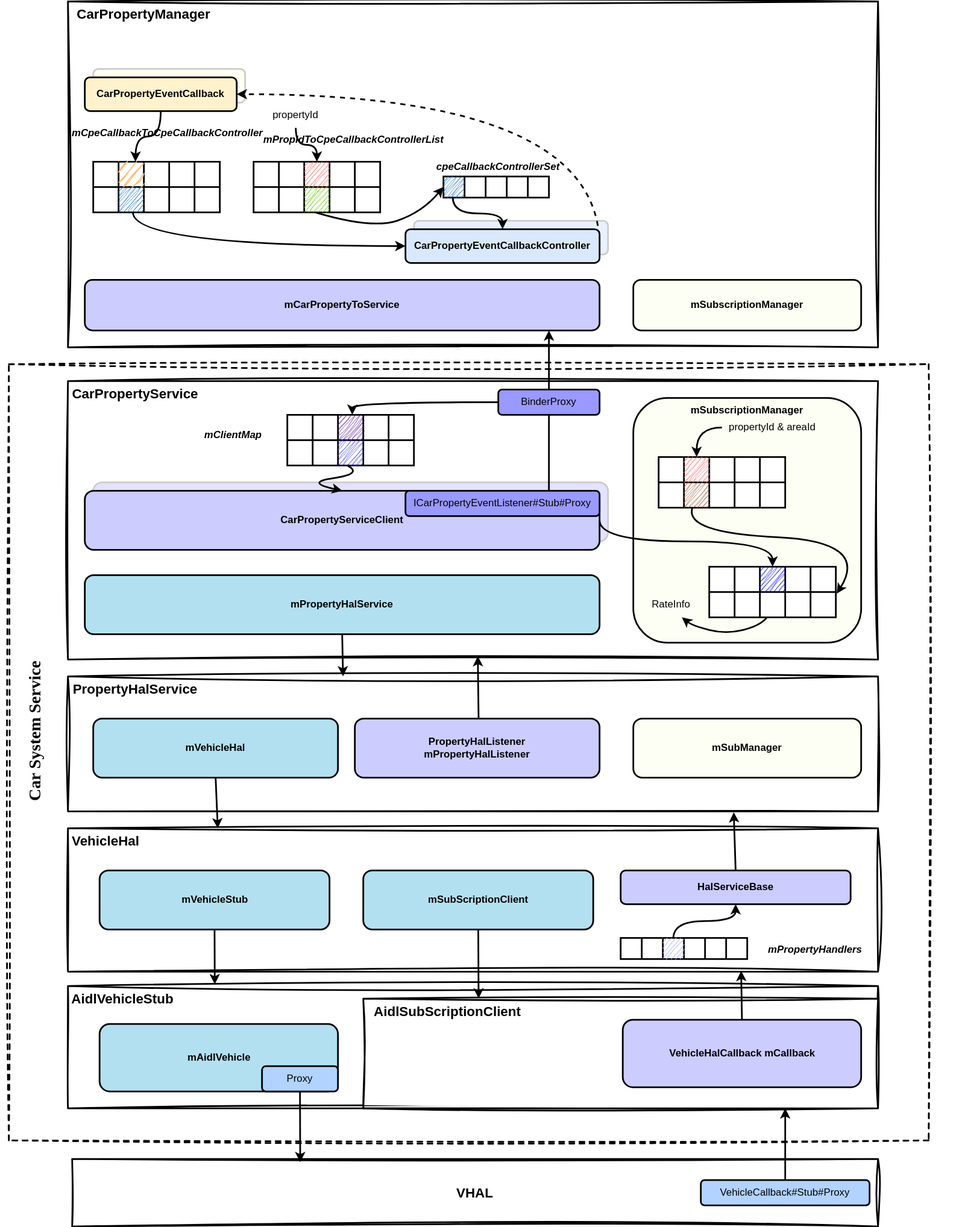
The draw.io diagram images/2025-8-1-car_property_service/listener.svg in braisedp/braisedp.github.io, before a commit. Source tidied: cells renumbered, new cells last; positions are measured from the earlier drawing's top-left corner, leaving out a move shared by most shapes.
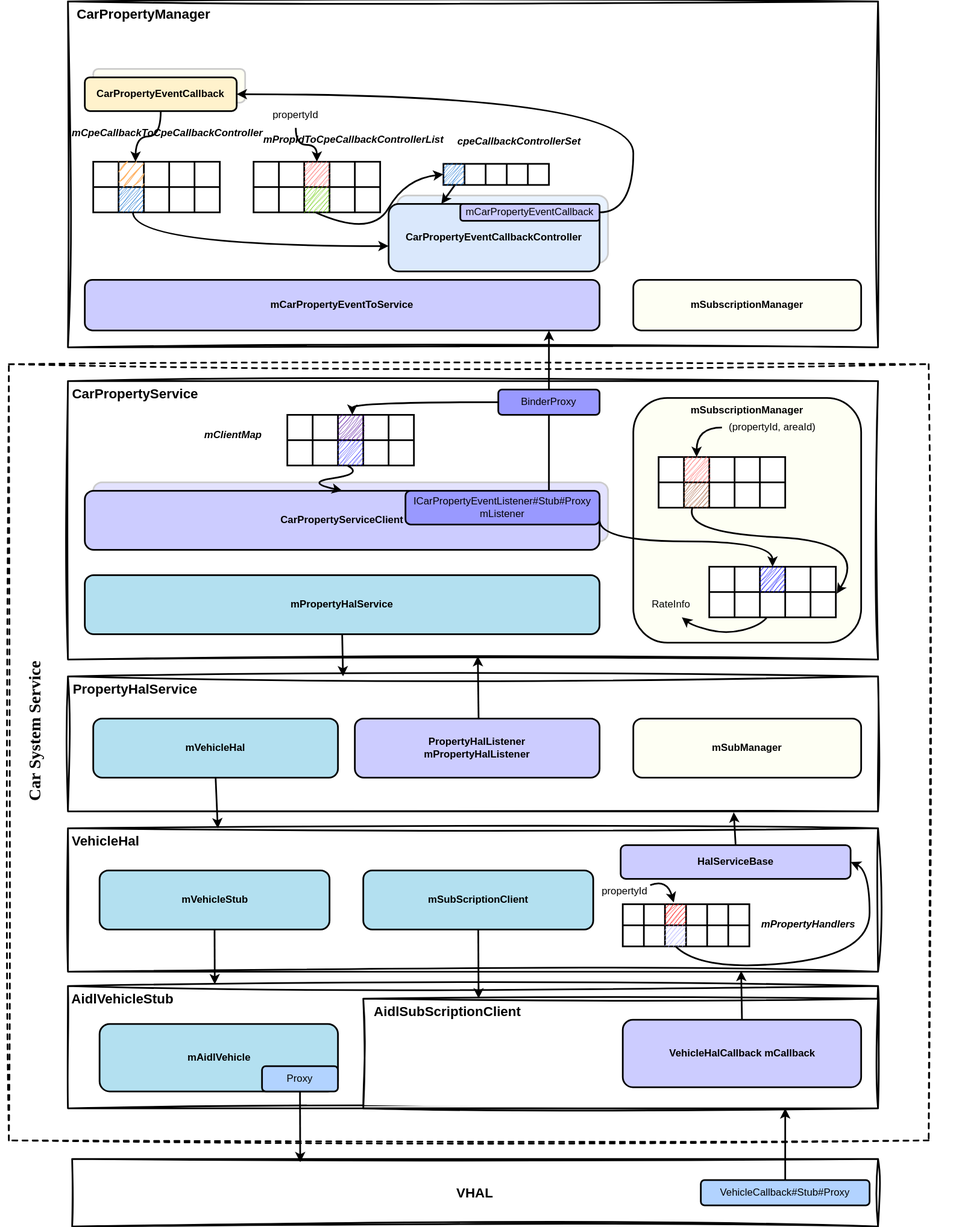
Later version of the same file.

What changed in the source:
```diff
@@ -18,9 +18,9 @@
       <mxGeometry x="110" y="80" width="180" height="40" as="geometry" />
     </mxCell>
     <mxCell id="7" value="CarPropertyEventCallbackController" style="rounded=1;whiteSpace=wrap;html=1;strokeWidth=2;strokeColor=#CCCCCC;fillColor=#E8F2FF;" parent="1" vertex="1">
-      <mxGeometry x="490" y="260" width="230" height="40" as="geometry" />
+      <mxGeometry x="470" y="230" width="250" height="80" as="geometry" />
     </mxCell>
-    <mxCell id="8" value="mCarPropertyToService" style="rounded=1;whiteSpace=wrap;html=1;strokeWidth=2;fontStyle=1;fillColor=#CCCCFF;" parent="1" vertex="1">
+    <mxCell id="8" value="mCarPropertyEventToService" style="rounded=1;whiteSpace=wrap;html=1;strokeWidth=2;fontStyle=1;fillColor=#CCCCFF;" parent="1" vertex="1">
       <mxGeometry x="100" y="330" width="610" height="60" as="geometry" />
     </mxCell>
     <mxCell id="9" style="shape=table;startSize=0;fontSize=16;strokeWidth=2;" parent="1" vertex="1">
@@ -102,7 +102,7 @@
       <mxGeometry x="120" width="30" height="30" as="geometry" />
     </mxCell>
     <mxCell id="35" style="shape=table;startSize=0;fontSize=16;strokeWidth=2;" parent="1" vertex="1">
-      <mxGeometry x="525" y="207.5" width="125" height="25" as="geometry" />
+      <mxGeometry x="525" y="192.5" width="125" height="25" as="geometry" />
     </mxCell>
     <mxCell id="36" style="shape=tableRow;horizontal=0;startSize=0;swimlaneHead=0;swimlaneBody=0;strokeColor=inherit;top=0;left=0;bottom=0;right=0;fillColor=none;points=[[0,0.5],[1,0.5]];portConstraint=eastwest;fontSize=16;" parent="35" vertex="1">
       <mxGeometry width="125" height="25" as="geometry" />
@@ -122,15 +122,16 @@
     <mxCell id="41" style="shape=partialRectangle;html=1;whiteSpace=wrap;strokeColor=inherit;overflow=hidden;fillColor=none;top=0;left=0;bottom=0;right=0;fontSize=16;" parent="36" vertex="1">
       <mxGeometry x="100" width="25" height="25" as="geometry" />
     </mxCell>
-    <mxCell id="42" style="edgeStyle=orthogonalEdgeStyle;html=1;exitX=1;exitY=0.5;exitDx=0;exitDy=0;entryX=1;entryY=0.5;entryDx=0;entryDy=0;curved=1;strokeWidth=2;dashed=1;" parent="1" edge="1" source="43" target="44">
+    <mxCell id="42" style="edgeStyle=orthogonalEdgeStyle;html=1;exitX=1;exitY=0.5;exitDx=0;exitDy=0;entryX=1;entryY=0.5;entryDx=0;entryDy=0;curved=1;strokeWidth=2;" parent="1" edge="1" source="162" target="44">
       <mxGeometry relative="1" as="geometry">
         <Array as="points">
-          <mxPoint x="710" y="110" />
+          <mxPoint x="750" y="250" />
+          <mxPoint x="750" y="110" />
         </Array>
       </mxGeometry>
     </mxCell>
     <mxCell id="43" value="CarPropertyEventCallbackController" style="rounded=1;whiteSpace=wrap;html=1;strokeWidth=2;shadow=0;fillColor=#dae8fc;strokeColor=#000000;fontStyle=1;" parent="1" vertex="1">
-      <mxGeometry x="480" y="270" width="230" height="40" as="geometry" />
+      <mxGeometry x="460" y="240" width="250" height="80" as="geometry" />
     </mxCell>
     <mxCell id="44" value="CarPropertyEventCallback" style="rounded=1;whiteSpace=wrap;html=1;strokeWidth=2;fillColor=#fff2cc;strokeColor=#000000;fontStyle=1;" parent="1" vertex="1">
       <mxGeometry x="100" y="90" width="180" height="40" as="geometry" />
@@ -140,9 +141,10 @@
         <mxPoint x="160" y="190" as="targetPoint" />
       </mxGeometry>
     </mxCell>
-    <mxCell id="46" style="endArrow=classic;html=1;entryX=0;entryY=0.5;entryDx=0;entryDy=0;edgeStyle=orthogonalEdgeStyle;curved=1;strokeWidth=2;" parent="1" edge="1" target="43">
+    <mxCell id="46" style="endArrow=classic;html=1;edgeStyle=orthogonalEdgeStyle;curved=1;strokeWidth=2;" parent="1" edge="1">
       <mxGeometry relative="1" as="geometry">
         <mxPoint x="157" y="250" as="sourcePoint" />
+        <mxPoint x="460" y="290" as="targetPoint" />
         <Array as="points">
           <mxPoint x="157" y="290" />
         </Array>
@@ -152,14 +154,11 @@
       <mxGeometry relative="1" as="geometry">
         <mxPoint x="373" y="250" as="sourcePoint" />
         <Array as="points">
-          <mxPoint x="440" y="270" />
-          <mxPoint x="500" y="250" />
+          <mxPoint x="440" y="280" />
+          <mxPoint x="480" y="210" />
         </Array>
       </mxGeometry>
     </mxCell>
-    <mxCell id="48" style="endArrow=classic;html=1;exitX=0.088;exitY=0.98;exitDx=0;exitDy=0;exitPerimeter=0;entryX=0.5;entryY=0;entryDx=0;entryDy=0;strokeWidth=2;edgeStyle=orthogonalEdgeStyle;curved=1;" parent="1" edge="1" source="36" target="43">
-      <mxGeometry relative="1" as="geometry" />
-    </mxCell>
     <mxCell id="49" style="edgeStyle=orthogonalEdgeStyle;html=1;exitX=0.5;exitY=1;exitDx=0;exitDy=0;entryX=0.5;entryY=0;entryDx=0;entryDy=0;strokeWidth=2;curved=1;" parent="1" edge="1" source="50" target="22">
       <mxGeometry relative="1" as="geometry" />
     </mxCell>
@@ -278,8 +277,8 @@
     <mxCell id="84" value="CarPropertyService" style="text;html=1;align=center;verticalAlign=middle;whiteSpace=wrap;rounded=0;fontSize=16;fontStyle=1;fontFamily=Helvetica;" parent="1" vertex="1">
       <mxGeometry x="80" y="450" width="160" height="30" as="geometry" />
     </mxCell>
-    <mxCell id="85" value="ICarPropertyEventListener#Stub#Proxy" style="rounded=1;whiteSpace=wrap;html=1;strokeWidth=2;fillColor=#9999FF;" parent="1" vertex="1">
-      <mxGeometry x="480" y="580" width="230" height="30" as="geometry" />
+    <mxCell id="85" value="ICarPropertyEventListener#Stub#Proxy&lt;div&gt;mListener&lt;/div&gt;" style="rounded=1;whiteSpace=wrap;html=1;strokeWidth=2;fillColor=#9999FF;" parent="1" vertex="1">
+      <mxGeometry x="480" y="580" width="230" height="40" as="geometry" />
     </mxCell>
     <mxCell id="86" style="endArrow=classic;html=1;entryX=0.5;entryY=1;entryDx=0;entryDy=0;strokeWidth=2;" parent="1" edge="1">
       <mxGeometry relative="1" as="geometry">
@@ -295,7 +294,7 @@
         </Array>
       </mxGeometry>
     </mxCell>
-    <mxCell id="88" value="propertyId &amp;amp; areaId" style="text;html=1;align=center;verticalAlign=middle;whiteSpace=wrap;rounded=0;fontSize=12;" parent="1" vertex="1">
+    <mxCell id="88" value="(propertyId, areaId)" style="text;html=1;align=center;verticalAlign=middle;whiteSpace=wrap;rounded=0;fontSize=12;" parent="1" vertex="1">
       <mxGeometry x="855" y="490" width="120" height="30" as="geometry" />
     </mxCell>
     <mxCell id="89" value="BinderProxy" style="rounded=1;whiteSpace=wrap;html=1;strokeWidth=2;fillColor=#9999FF;" parent="1" vertex="1">
@@ -410,7 +409,7 @@
       <mxGeometry x="310" y="150" width="300" height="40" as="geometry" />
     </mxCell>
     <mxCell id="121" value="&lt;div style=&quot;background-color: rgb(255, 255, 255); line-height: 19px; white-space: pre;&quot;&gt;&lt;div&gt;&lt;span&gt;cpeCallbackControllerSet&lt;/span&gt;&lt;/div&gt;&lt;/div&gt;" style="text;whiteSpace=wrap;html=1;fontColor=default;fontFamily=Helvetica;fontStyle=3;fontSize=12;" parent="1" vertex="1">
-      <mxGeometry x="515" y="180" width="220" height="40" as="geometry" />
+      <mxGeometry x="540" y="150" width="220" height="40" as="geometry" />
     </mxCell>
     <mxCell id="122" value="mClientMap" style="text;whiteSpace=wrap;fontStyle=3;" parent="1" vertex="1">
       <mxGeometry x="240" y="500" width="100" height="40" as="geometry" />
@@ -462,7 +461,7 @@
       <mxGeometry relative="1" as="geometry" />
     </mxCell>
     <mxCell id="137" value="HalServiceBase" style="rounded=1;whiteSpace=wrap;html=1;strokeWidth=2;fontStyle=1;fillColor=light-dark(#ccccff, #061f12);" parent="1" vertex="1">
-      <mxGeometry x="735" y="1030" width="272.5" height="40" as="geometry" />
+      <mxGeometry x="735" y="1000" width="272.5" height="40" as="geometry" />
     </mxCell>
     <mxCell id="138" value="mPropertyHalService" style="rounded=1;whiteSpace=wrap;html=1;strokeWidth=2;fontStyle=1;fillColor=light-dark(#B3E0F0,#102629);gradientColor=none;fillStyle=auto;" parent="1" vertex="1">
       <mxGeometry x="100" y="680" width="610" height="70" as="geometry" />
@@ -480,14 +479,32 @@
     <mxCell id="141" value="Car System Service" style="text;html=1;align=center;verticalAlign=middle;whiteSpace=wrap;rounded=0;fontSize=20;horizontal=0;fontStyle=1;fontFamily=Comic Sans MS;" parent="1" vertex="1">
       <mxGeometry x="20" y="680" width="40" height="370" as="geometry" />
     </mxCell>
-    <mxCell id="142" style="edgeStyle=orthogonalEdgeStyle;html=1;exitX=0.416;exitY=0.027;exitDx=0;exitDy=0;entryX=0.5;entryY=1;entryDx=0;entryDy=0;curved=1;strokeWidth=2;exitPerimeter=0;" parent="1" edge="1" source="144" target="137">
-      <mxGeometry relative="1" as="geometry" />
-    </mxCell>
-    <mxCell id="143" style="shape=table;startSize=0;fontSize=16;strokeWidth=2;" parent="1" vertex="1">
-      <mxGeometry x="735" y="1110" width="150" height="25" as="geometry" />
+    <mxCell id="143" style="shape=table;startSize=0;fontSize=16;strokeWidth=2;strokeColor=#000000;" parent="1" vertex="1">
+      <mxGeometry x="737.5" y="1070" width="150" height="50" as="geometry" />
     </mxCell>
+    <mxCell id="153" style="shape=tableRow;horizontal=0;startSize=0;swimlaneHead=0;swimlaneBody=0;strokeColor=inherit;top=0;left=0;bottom=0;right=0;fillColor=none;points=[[0,0.5],[1,0.5]];portConstraint=eastwest;fontSize=16;" parent="143" vertex="1">
+      <mxGeometry width="150" height="25" as="geometry" />
+    </mxCell>
+    <mxCell id="154" style="shape=partialRectangle;html=1;whiteSpace=wrap;strokeColor=#6c8ebf;overflow=hidden;fillColor=none;top=0;left=0;bottom=0;right=0;fontSize=16;sketch=1;curveFitting=1;jiggle=2;" parent="153" vertex="1">
+      <mxGeometry width="25" height="25" as="geometry" />
+    </mxCell>
+    <mxCell id="155" style="shape=partialRectangle;html=1;whiteSpace=wrap;strokeColor=inherit;overflow=hidden;fillColor=none;top=0;left=0;bottom=0;right=0;fontSize=16;" parent="153" vertex="1">
+      <mxGeometry x="25" width="25" height="25" as="geometry" />
+    </mxCell>
+    <mxCell id="156" style="shape=partialRectangle;html=1;whiteSpace=wrap;strokeColor=#b85450;overflow=hidden;fillColor=#FF0000;top=0;left=0;bottom=0;right=0;fontSize=16;sketch=1;curveFitting=1;jiggle=2;" parent="153" vertex="1">
+      <mxGeometry x="50" width="25" height="25" as="geometry" />
+    </mxCell>
+    <mxCell id="157" style="shape=partialRectangle;html=1;whiteSpace=wrap;strokeColor=inherit;overflow=hidden;fillColor=none;top=0;left=0;bottom=0;right=0;fontSize=16;" parent="153" vertex="1">
+      <mxGeometry x="75" width="25" height="25" as="geometry" />
+    </mxCell>
+    <mxCell id="158" style="shape=partialRectangle;html=1;whiteSpace=wrap;strokeColor=inherit;overflow=hidden;fillColor=none;top=0;left=0;bottom=0;right=0;fontSize=16;" parent="153" vertex="1">
+      <mxGeometry x="100" width="25" height="25" as="geometry" />
+    </mxCell>
+    <mxCell id="159" style="shape=partialRectangle;html=1;whiteSpace=wrap;strokeColor=inherit;overflow=hidden;fillColor=none;top=0;left=0;bottom=0;right=0;fontSize=16;" parent="153" vertex="1">
+      <mxGeometry x="125" width="25" height="25" as="geometry" />
+    </mxCell>
     <mxCell id="144" style="shape=tableRow;horizontal=0;startSize=0;swimlaneHead=0;swimlaneBody=0;strokeColor=inherit;top=0;left=0;bottom=0;right=0;fillColor=none;points=[[0,0.5],[1,0.5]];portConstraint=eastwest;fontSize=16;" parent="143" vertex="1">
-      <mxGeometry width="150" height="25" as="geometry" />
+      <mxGeometry y="25" width="150" height="25" as="geometry" />
     </mxCell>
     <mxCell id="145" style="shape=partialRectangle;html=1;whiteSpace=wrap;strokeColor=#6c8ebf;overflow=hidden;fillColor=none;top=0;left=0;bottom=0;right=0;fontSize=16;sketch=1;curveFitting=1;jiggle=2;" parent="144" vertex="1">
       <mxGeometry width="25" height="25" as="geometry" />
@@ -508,10 +525,35 @@
       <mxGeometry x="125" width="25" height="25" as="geometry" />
     </mxCell>
     <mxCell id="151" value="mPropertyHandlers" style="text;whiteSpace=wrap;fontStyle=3;" parent="1" vertex="1">
-      <mxGeometry x="907.5" y="1110" width="100" height="40" as="geometry" />
+      <mxGeometry x="900" y="1080" width="100" height="40" as="geometry" />
     </mxCell>
     <mxCell id="152" style="rounded=0;whiteSpace=wrap;html=1;strokeColor=none;" parent="1" vertex="1">
       <mxGeometry x="1130" y="430" width="10" height="920" as="geometry" />
     </mxCell>
+    <mxCell id="142" style="curved=1;endArrow=classic;html=1;exitX=0.417;exitY=1;exitDx=0;exitDy=0;exitPerimeter=0;entryX=1;entryY=0.5;entryDx=0;entryDy=0;strokeWidth=2;" parent="1" edge="1" source="144" target="137">
+      <mxGeometry relative="1" as="geometry">
+        <Array as="points">
+          <mxPoint x="830" y="1150" />
+          <mxPoint x="1030" y="1130" />
+          <mxPoint x="1030" y="1030" />
+        </Array>
+      </mxGeometry>
+    </mxCell>
+    <mxCell id="160" value="propertyId" style="text;html=1;align=center;verticalAlign=middle;whiteSpace=wrap;rounded=0;fontSize=12;" parent="1" vertex="1">
+      <mxGeometry x="710" y="1040" width="60" height="30" as="geometry" />
+    </mxCell>
+    <mxCell id="161" style="curved=1;endArrow=classic;html=1;exitX=1;exitY=0.25;exitDx=0;exitDy=0;entryX=0.403;entryY=-0.08;entryDx=0;entryDy=0;strokeWidth=2;entryPerimeter=0;" parent="1" edge="1" source="160" target="153">
+      <mxGeometry relative="1" as="geometry">
+        <Array as="points">
+          <mxPoint x="790" y="1040" />
+        </Array>
+      </mxGeometry>
+    </mxCell>
+    <mxCell id="162" value="mCarPropertyEventCallback" style="rounded=1;whiteSpace=wrap;html=1;strokeWidth=2;shadow=0;fillColor=light-dark(#ccccff, #1d293b);strokeColor=#000000;" parent="1" vertex="1">
+      <mxGeometry x="545" y="240" width="165" height="20" as="geometry" />
+    </mxCell>
+    <mxCell id="48" style="endArrow=classic;html=1;exitX=0.112;exitY=0.98;exitDx=0;exitDy=0;exitPerimeter=0;entryX=0.25;entryY=0;entryDx=0;entryDy=0;strokeWidth=2;" parent="1" edge="1" source="36" target="43">
+      <mxGeometry relative="1" as="geometry" />
+    </mxCell>
   </root>
 </mxGraphModel>
```
